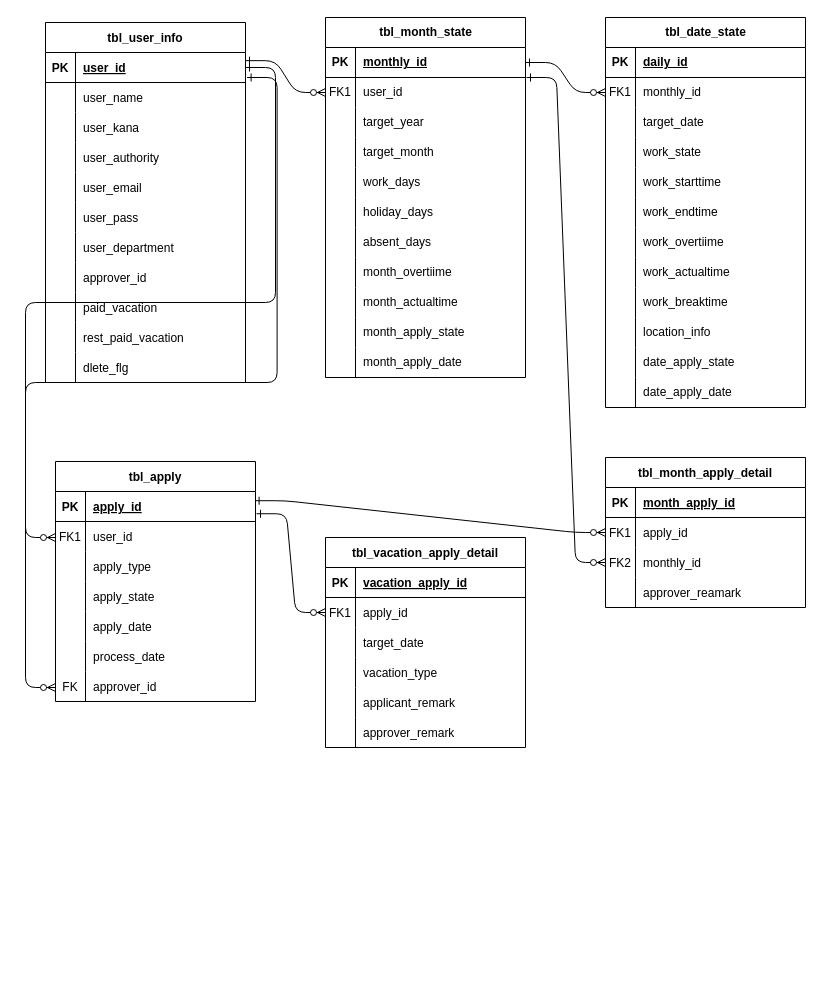
The draw.io diagram docs/database/er.drawio in youkobaske/agentSupport-attendanceSystem, before the edit. Source tidied: cells renumbered, new cells numbered last; positions are measured from the earlier drawing's top-left corner, leaving out a move shared by most shapes. Both pictures are drawn from the tidied source at 100%, with x=0, y=0 at pixel (45, 17).
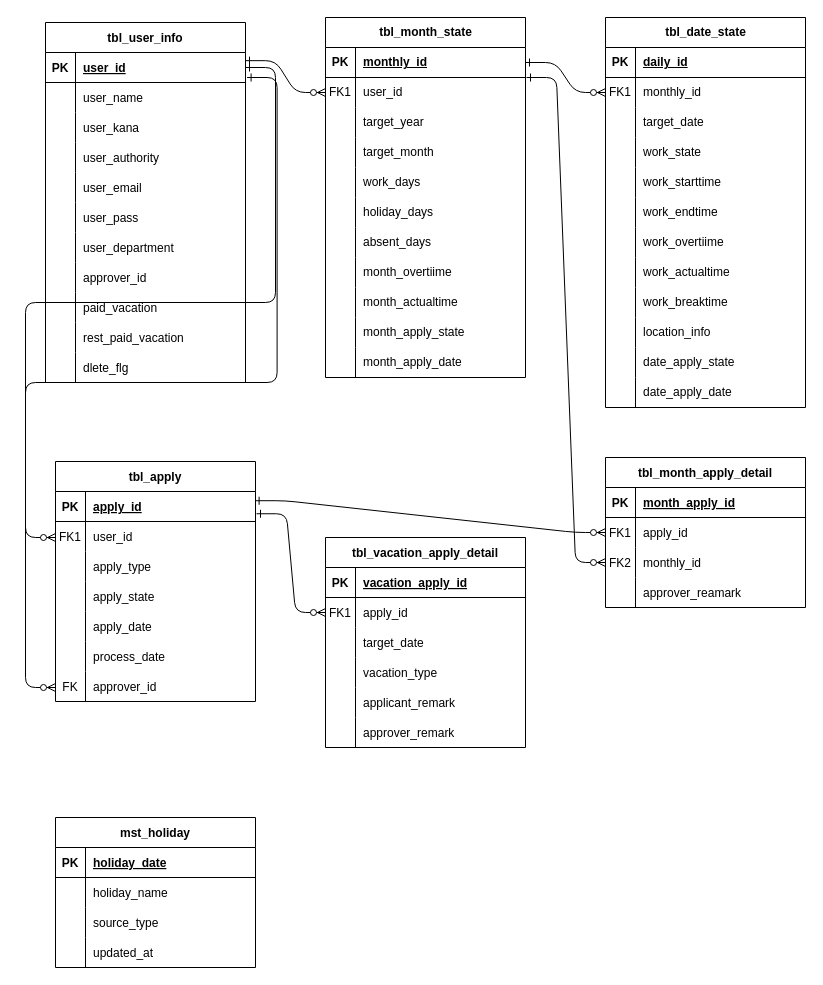
The same page after the edit.

Commit message (it also covers changes not shown here):
mst_holidayを追加

Diff of the diagram source:
```diff
@@
+    <mxCell id="170" value="mst_holiday" style="shape=table;startSize=30;childLayout=tableLayout;rowLines=0;fontStyle=1;align=center;" parent="1" vertex="1">
+      <mxGeometry x="10" y="800" width="200" height="150" as="geometry" />
+    </mxCell>
+    <mxCell id="171" style="shape=partialRectangle;fillColor=none;top=0;left=0;right=0;bottom=1;" parent="170" vertex="1">
+      <mxGeometry y="30" width="200" height="30" as="geometry" />
+    </mxCell>
+    <mxCell id="172" value="PK" style="shape=partialRectangle;overflow=hidden;fillColor=none;top=0;left=0;bottom=0;right=0;fontStyle=1;" parent="171" vertex="1">
+      <mxGeometry width="30" height="30" as="geometry" />
+    </mxCell>
+    <mxCell id="173" value="holiday_date" style="shape=partialRectangle;overflow=hidden;fillColor=none;top=0;left=0;bottom=0;right=0;align=left;spacingLeft=6;fontStyle=5;" parent="171" vertex="1">
+      <mxGeometry x="30" width="170" height="30" as="geometry" />
+    </mxCell>
+    <mxCell id="174" style="shape=partialRectangle;fillColor=none;top=0;left=0;right=0;bottom=0;" parent="170" vertex="1">
+      <mxGeometry y="60" width="200" height="30" as="geometry" />
+    </mxCell>
+    <mxCell id="175" style="shape=partialRectangle;overflow=hidden;fillColor=none;top=0;left=0;bottom=0;right=0;" parent="174" vertex="1">
+      <mxGeometry width="30" height="30" as="geometry" />
+    </mxCell>
+    <mxCell id="176" value="holiday_name" style="shape=partialRectangle;overflow=hidden;fillColor=none;top=0;left=0;bottom=0;right=0;align=left;spacingLeft=6;" parent="174" vertex="1">
+      <mxGeometry x="30" width="170" height="30" as="geometry" />
+    </mxCell>
+    <mxCell id="177" style="shape=partialRectangle;fillColor=none;top=0;left=0;right=0;bottom=0;" parent="170" vertex="1">
+      <mxGeometry y="90" width="200" height="30" as="geometry" />
+    </mxCell>
+    <mxCell id="178" style="shape=partialRectangle;overflow=hidden;fillColor=none;top=0;left=0;bottom=0;right=0;" parent="177" vertex="1">
+      <mxGeometry width="30" height="30" as="geometry" />
+    </mxCell>
+    <mxCell id="179" value="source_type" style="shape=partialRectangle;overflow=hidden;fillColor=none;top=0;left=0;bottom=0;right=0;align=left;spacingLeft=6;" parent="177" vertex="1">
+      <mxGeometry x="30" width="170" height="30" as="geometry" />
+    </mxCell>
+    <mxCell id="180" style="shape=partialRectangle;fillColor=none;top=0;left=0;right=0;bottom=0;" parent="170" vertex="1">
+      <mxGeometry y="120" width="200" height="30" as="geometry" />
+    </mxCell>
+    <mxCell id="181" style="shape=partialRectangle;overflow=hidden;fillColor=none;top=0;left=0;bottom=0;right=0;" parent="180" vertex="1">
+      <mxGeometry width="30" height="30" as="geometry" />
+    </mxCell>
+    <mxCell id="182" value="updated_at" style="shape=partialRectangle;overflow=hidden;fillColor=none;top=0;left=0;bottom=0;right=0;align=left;spacingLeft=6;" parent="180" vertex="1">
+      <mxGeometry x="30" width="170" height="30" as="geometry" />
+    </mxCell>
```
